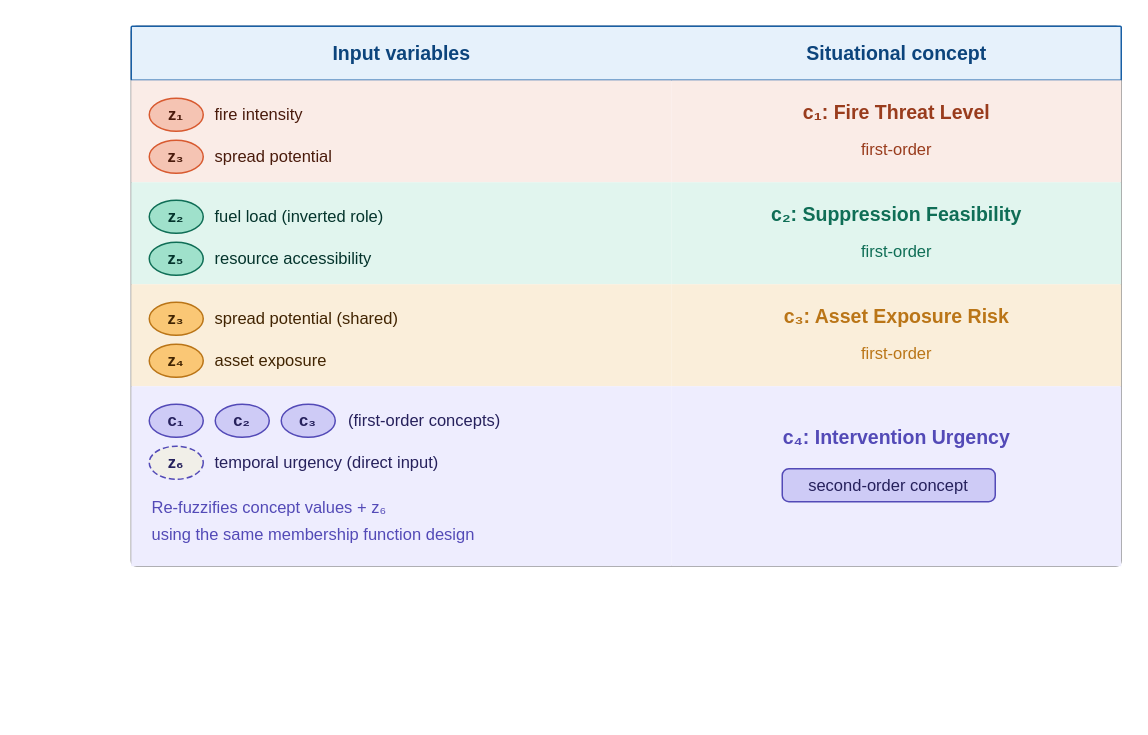
The draw.io diagram page "CH5_Figure 5.4 - Concept Formation Hierarchy" (10 of 14) of 01_Thesis/dissertation/BlockDiagram.drawio in northwind13/Enhanced_DSS, before the edit. Source tidied: cells renumbered, new cells numbered last; positions are measured from the earlier drawing's top-left corner, leaving out a move shared by most shapes. Both pictures are drawn from the tidied source at 150%, with x=0, y=0 at pixel (130, 26).
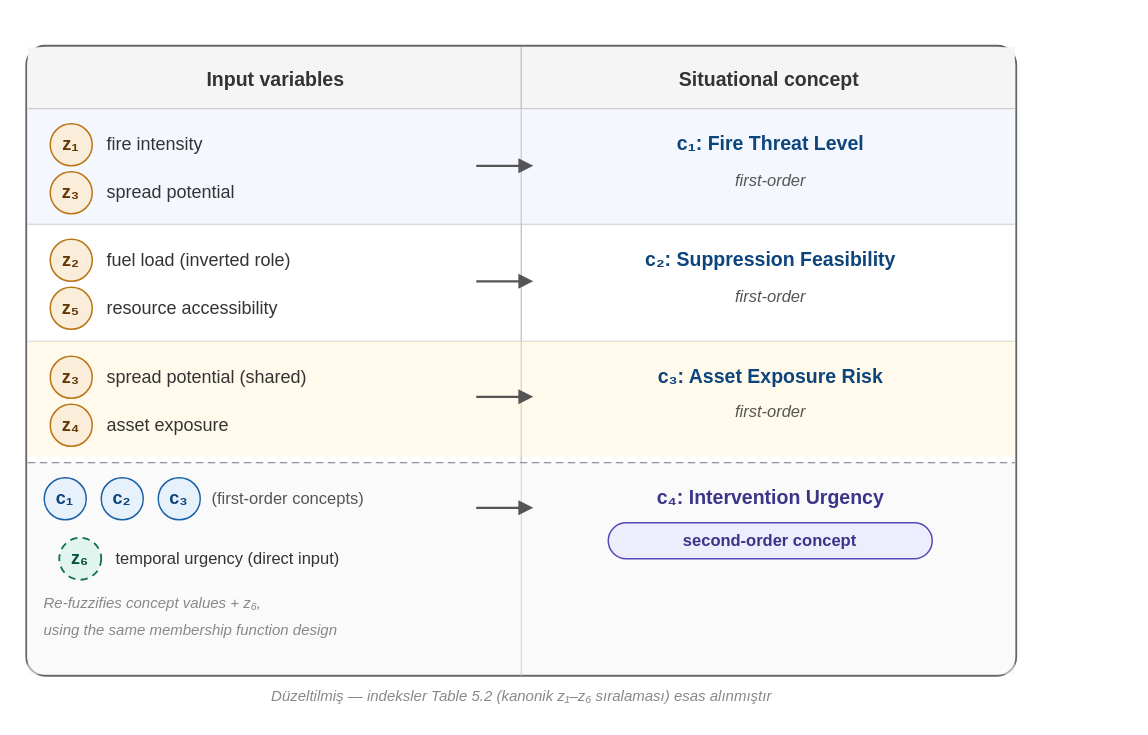
After the change.

The edit, as a diff of the source:
```diff
@@
-    <mxCell id="2" style="rounded=1;whiteSpace=wrap;html=1;fillColor=none;strokeColor=#999999;strokeWidth=1;arcSize=1;" parent="1" vertex="1">
-      <mxGeometry width="660" height="360" as="geometry" />
-    </mxCell>
-    <mxCell id="3" style="rounded=1;whiteSpace=wrap;html=1;fillColor=#E6F1FB;strokeColor=#185FA5;strokeWidth=1;arcSize=2;" parent="1" vertex="1">
-      <mxGeometry width="660" height="36" as="geometry" />
-    </mxCell>
+    <mxCell id="46" style="rounded=1;whiteSpace=wrap;html=1;fillColor=none;strokeColor=#666666;strokeWidth=1.2;arcSize=3;" parent="1" vertex="1">
+      <mxGeometry x="-70" y="13" width="660" height="420" as="geometry" />
+    </mxCell>
+    <mxCell id="47" style="rounded=1;whiteSpace=wrap;html=1;fillColor=#f5f5f5;strokeColor=none;arcSize=3;" parent="1" vertex="1">
+      <mxGeometry x="-69" y="14" width="658" height="41" as="geometry" />
+    </mxCell>
-    <mxCell id="4" value="&lt;b&gt;Input variables&lt;/b&gt;" style="text;html=1;align=center;verticalAlign=middle;strokeColor=none;fillColor=none;fontSize=13;fontColor=#0C447C;" parent="1" vertex="1">
-      <mxGeometry width="360" height="36" as="geometry" />
+    <mxCell id="4" value="Input variables" style="text;html=1;align=center;verticalAlign=middle;fontStyle=1;fontSize=13;fontColor=#333333;" parent="1" vertex="1">
+      <mxGeometry x="-69" y="14" width="329" height="41" as="geometry" />
     </mxCell>
-    <mxCell id="5" value="&lt;b&gt;Situational concept&lt;/b&gt;" style="text;html=1;align=center;verticalAlign=middle;strokeColor=none;fillColor=none;fontSize=13;fontColor=#0C447C;" parent="1" vertex="1">
-      <mxGeometry x="360" width="300" height="36" as="geometry" />
+    <mxCell id="5" value="Situational concept" style="text;html=1;align=center;verticalAlign=middle;fontStyle=1;fontSize=13;fontColor=#333333;" parent="1" vertex="1">
+      <mxGeometry x="260" y="14" width="329" height="41" as="geometry" />
     </mxCell>
-    <mxCell id="6" style="line;strokeColor=#cccccc;strokeWidth=1;fillColor=none;" parent="1" vertex="1">
-      <mxGeometry x="360" height="360" as="geometry" />
-    </mxCell>
-    <mxCell id="7" style="rounded=0;whiteSpace=wrap;html=1;fillColor=#FAECE7;strokeColor=none;" parent="1" vertex="1">
-      <mxGeometry y="36" width="360" height="68" as="geometry" />
-    </mxCell>
-    <mxCell id="8" style="rounded=0;whiteSpace=wrap;html=1;fillColor=#FAECE7;strokeColor=none;" parent="1" vertex="1">
-      <mxGeometry x="360" y="36" width="300" height="68" as="geometry" />
-    </mxCell>
+    <mxCell id="48" style="edgeStyle=none;html=1;endArrow=none;startArrow=none;strokeColor=#bbbbbb;strokeWidth=0.8;exitX=0.5;exitY=0;entryX=0.5;entryY=1;" parent="1" edge="1">
+      <mxGeometry relative="1" as="geometry">
+        <mxPoint x="260" y="14" as="sourcePoint" />
+        <mxPoint x="260" y="433" as="targetPoint" />
+      </mxGeometry>
+    </mxCell>
+    <mxCell id="49" style="edgeStyle=none;html=1;endArrow=none;startArrow=none;strokeColor=#bbbbbb;strokeWidth=0.8;" parent="1" edge="1">
+      <mxGeometry relative="1" as="geometry">
+        <mxPoint x="-69" y="55" as="sourcePoint" />
+        <mxPoint x="589" y="55" as="targetPoint" />
+      </mxGeometry>
+    </mxCell>
+    <mxCell id="50" style="rounded=0;whiteSpace=wrap;html=1;fillColor=#dae8fc;strokeColor=none;opacity=30;" parent="1" vertex="1">
+      <mxGeometry x="-69" y="55" width="658" height="77" as="geometry" />
+    </mxCell>
-    <mxCell id="9" value="z₁" style="ellipse;whiteSpace=wrap;html=1;fillColor=#F5C4B3;strokeColor=#D85A30;strokeWidth=1;fontSize=11;fontColor=#4A1B0C;fontStyle=1;" parent="1" vertex="1">
-      <mxGeometry x="12" y="48" width="36" height="22" as="geometry" />
+    <mxCell id="9" value="z₁" style="ellipse;whiteSpace=wrap;html=1;fillColor=#FAEEDA;strokeColor=#BA7517;fontSize=12;fontStyle=1;fontColor=#633806;" parent="1" vertex="1">
+      <mxGeometry x="-54" y="65" width="28" height="28" as="geometry" />
     </mxCell>
-    <mxCell id="10" value="fire intensity" style="text;html=1;align=left;verticalAlign=middle;strokeColor=none;fillColor=none;fontSize=11;fontColor=#4A1B0C;" parent="1" vertex="1">
-      <mxGeometry x="54" y="48" width="160" height="22" as="geometry" />
+    <mxCell id="10" value="fire intensity" style="text;html=1;align=left;verticalAlign=middle;fontSize=12;fontColor=#333333;" parent="1" vertex="1">
+      <mxGeometry x="-18" y="66" width="240" height="26" as="geometry" />
     </mxCell>
-    <mxCell id="11" value="z₃" style="ellipse;whiteSpace=wrap;html=1;fillColor=#F5C4B3;strokeColor=#D85A30;strokeWidth=1;fontSize=11;fontColor=#4A1B0C;fontStyle=1;" parent="1" vertex="1">
-      <mxGeometry x="12" y="76" width="36" height="22" as="geometry" />
-    </mxCell>
+    <mxCell id="51" value="z₃" style="ellipse;whiteSpace=wrap;html=1;fillColor=#FAEEDA;strokeColor=#BA7517;fontSize=12;fontStyle=1;fontColor=#633806;" parent="1" vertex="1">
+      <mxGeometry x="-54" y="97" width="28" height="28" as="geometry" />
+    </mxCell>
-    <mxCell id="12" value="spread potential" style="text;html=1;align=left;verticalAlign=middle;strokeColor=none;fillColor=none;fontSize=11;fontColor=#4A1B0C;" parent="1" vertex="1">
-      <mxGeometry x="54" y="76" width="160" height="22" as="geometry" />
+    <mxCell id="12" value="spread potential" style="text;html=1;align=left;verticalAlign=middle;fontSize=12;fontColor=#333333;" parent="1" vertex="1">
+      <mxGeometry x="-18" y="98" width="240" height="26" as="geometry" />
     </mxCell>
+    <mxCell id="52" style="edgeStyle=none;html=1;endArrow=block;endFill=1;strokeColor=#555555;strokeWidth=1.5;exitX=1;exitY=0.5;entryX=0;entryY=0.5;" parent="1" edge="1">
+      <mxGeometry relative="1" as="geometry">
+        <mxPoint x="230" y="93" as="sourcePoint" />
+        <mxPoint x="268" y="93" as="targetPoint" />
+      </mxGeometry>
+    </mxCell>
-    <mxCell id="13" value="&lt;b&gt;c₁: Fire Threat Level&lt;/b&gt;" style="text;html=1;align=center;verticalAlign=middle;strokeColor=none;fillColor=none;fontSize=13;fontColor=#993C1D;" parent="1" vertex="1">
-      <mxGeometry x="360" y="45" width="300" height="24" as="geometry" />
+    <mxCell id="13" value="c₁: Fire Threat Level" style="text;html=1;align=center;verticalAlign=middle;fontStyle=1;fontSize=13;fontColor=#0C447C;" parent="1" vertex="1">
+      <mxGeometry x="268" y="65" width="315" height="26" as="geometry" />
     </mxCell>
-    <mxCell id="14" value="first-order" style="text;html=1;align=center;verticalAlign=middle;strokeColor=none;fillColor=none;fontSize=11;fontColor=#993C1D;" parent="1" vertex="1">
-      <mxGeometry x="360" y="72" width="300" height="20" as="geometry" />
-    </mxCell>
-    <mxCell id="15" style="line;strokeColor=#dddddd;strokeWidth=1;fillColor=none;" parent="1" vertex="1">
-      <mxGeometry y="104" width="660" as="geometry" />
-    </mxCell>
-    <mxCell id="16" style="rounded=0;whiteSpace=wrap;html=1;fillColor=#E1F5EE;strokeColor=none;" parent="1" vertex="1">
-      <mxGeometry y="104" width="360" height="68" as="geometry" />
-    </mxCell>
-    <mxCell id="17" style="rounded=0;whiteSpace=wrap;html=1;fillColor=#E1F5EE;strokeColor=none;" parent="1" vertex="1">
-      <mxGeometry x="360" y="104" width="300" height="68" as="geometry" />
-    </mxCell>
+    <mxCell id="53" value="first-order" style="text;html=1;align=center;verticalAlign=middle;fontSize=11;fontColor=#555555;fontStyle=2;" parent="1" vertex="1">
+      <mxGeometry x="268" y="93" width="315" height="20" as="geometry" />
+    </mxCell>
+    <mxCell id="54" style="edgeStyle=none;html=1;endArrow=none;strokeColor=#bbbbbb;strokeWidth=0.5;" parent="1" edge="1">
+      <mxGeometry relative="1" as="geometry">
+        <mxPoint x="-69" y="132" as="sourcePoint" />
+        <mxPoint x="589" y="132" as="targetPoint" />
+      </mxGeometry>
+    </mxCell>
-    <mxCell id="18" value="z₂" style="ellipse;whiteSpace=wrap;html=1;fillColor=#9FE1CB;strokeColor=#0F6E56;strokeWidth=1;fontSize=11;fontColor=#04342C;fontStyle=1;" parent="1" vertex="1">
-      <mxGeometry x="12" y="116" width="36" height="22" as="geometry" />
+    <mxCell id="18" value="z₂" style="ellipse;whiteSpace=wrap;html=1;fillColor=#FAEEDA;strokeColor=#BA7517;fontSize=12;fontStyle=1;fontColor=#633806;" parent="1" vertex="1">
+      <mxGeometry x="-54" y="142" width="28" height="28" as="geometry" />
     </mxCell>
-    <mxCell id="19" value="fuel load (inverted role)" style="text;html=1;align=left;verticalAlign=middle;strokeColor=none;fillColor=none;fontSize=11;fontColor=#04342C;" parent="1" vertex="1">
-      <mxGeometry x="54" y="116" width="200" height="22" as="geometry" />
+    <mxCell id="19" value="fuel load (inverted role)" style="text;html=1;align=left;verticalAlign=middle;fontSize=12;fontColor=#333333;" parent="1" vertex="1">
+      <mxGeometry x="-18" y="143" width="250" height="26" as="geometry" />
     </mxCell>
-    <mxCell id="20" value="z₅" style="ellipse;whiteSpace=wrap;html=1;fillColor=#9FE1CB;strokeColor=#0F6E56;strokeWidth=1;fontSize=11;fontColor=#04342C;fontStyle=1;" parent="1" vertex="1">
-      <mxGeometry x="12" y="144" width="36" height="22" as="geometry" />
+    <mxCell id="20" value="z₅" style="ellipse;whiteSpace=wrap;html=1;fillColor=#FAEEDA;strokeColor=#BA7517;fontSize=12;fontStyle=1;fontColor=#633806;" parent="1" vertex="1">
+      <mxGeometry x="-54" y="174" width="28" height="28" as="geometry" />
     </mxCell>
-    <mxCell id="21" value="resource accessibility" style="text;html=1;align=left;verticalAlign=middle;strokeColor=none;fillColor=none;fontSize=11;fontColor=#04342C;" parent="1" vertex="1">
-      <mxGeometry x="54" y="144" width="200" height="22" as="geometry" />
+    <mxCell id="21" value="resource accessibility" style="text;html=1;align=left;verticalAlign=middle;fontSize=12;fontColor=#333333;" parent="1" vertex="1">
+      <mxGeometry x="-18" y="175" width="240" height="26" as="geometry" />
     </mxCell>
+    <mxCell id="55" style="edgeStyle=none;html=1;endArrow=block;endFill=1;strokeColor=#555555;strokeWidth=1.5;" parent="1" edge="1">
+      <mxGeometry relative="1" as="geometry">
+        <mxPoint x="230" y="170" as="sourcePoint" />
+        <mxPoint x="268" y="170" as="targetPoint" />
+      </mxGeometry>
+    </mxCell>
-    <mxCell id="22" value="&lt;b&gt;c₂: Suppression Feasibility&lt;/b&gt;" style="text;html=1;align=center;verticalAlign=middle;strokeColor=none;fillColor=none;fontSize=13;fontColor=#0F6E56;" parent="1" vertex="1">
-      <mxGeometry x="360" y="113" width="300" height="24" as="geometry" />
+    <mxCell id="22" value="c₂: Suppression Feasibility" style="text;html=1;align=center;verticalAlign=middle;fontStyle=1;fontSize=13;fontColor=#0C447C;" parent="1" vertex="1">
+      <mxGeometry x="268" y="142" width="315" height="26" as="geometry" />
     </mxCell>
-    <mxCell id="23" value="first-order" style="text;html=1;align=center;verticalAlign=middle;strokeColor=none;fillColor=none;fontSize=11;fontColor=#0F6E56;" parent="1" vertex="1">
-      <mxGeometry x="360" y="140" width="300" height="20" as="geometry" />
-    </mxCell>
-    <mxCell id="24" style="line;strokeColor=#dddddd;strokeWidth=1;fillColor=none;" parent="1" vertex="1">
-      <mxGeometry y="172" width="660" as="geometry" />
-    </mxCell>
-    <mxCell id="25" style="rounded=0;whiteSpace=wrap;html=1;fillColor=#FAEEDA;strokeColor=none;" parent="1" vertex="1">
-      <mxGeometry y="172" width="360" height="68" as="geometry" />
-    </mxCell>
-    <mxCell id="26" style="rounded=0;whiteSpace=wrap;html=1;fillColor=#FAEEDA;strokeColor=none;" parent="1" vertex="1">
-      <mxGeometry x="360" y="172" width="300" height="68" as="geometry" />
-    </mxCell>
-    <mxCell id="27" value="z₃" style="ellipse;whiteSpace=wrap;html=1;fillColor=#FAC775;strokeColor=#BA7517;strokeWidth=1;fontSize=11;fontColor=#412402;fontStyle=1;" parent="1" vertex="1">
-      <mxGeometry x="12" y="184" width="36" height="22" as="geometry" />
-    </mxCell>
+    <mxCell id="56" value="first-order" style="text;html=1;align=center;verticalAlign=middle;fontSize=11;fontColor=#555555;fontStyle=2;" parent="1" vertex="1">
+      <mxGeometry x="268" y="170" width="315" height="20" as="geometry" />
+    </mxCell>
+    <mxCell id="57" style="edgeStyle=none;html=1;endArrow=none;strokeColor=#bbbbbb;strokeWidth=0.5;" parent="1" edge="1">
+      <mxGeometry relative="1" as="geometry">
+        <mxPoint x="-69" y="210" as="sourcePoint" />
+        <mxPoint x="589" y="210" as="targetPoint" />
+      </mxGeometry>
+    </mxCell>
+    <mxCell id="58" style="rounded=0;whiteSpace=wrap;html=1;fillColor=#fff2cc;strokeColor=none;opacity=40;" parent="1" vertex="1">
+      <mxGeometry x="-69" y="210" width="658" height="77" as="geometry" />
+    </mxCell>
+    <mxCell id="59" value="z₃" style="ellipse;whiteSpace=wrap;html=1;fillColor=#FAEEDA;strokeColor=#BA7517;fontSize=12;fontStyle=1;fontColor=#633806;" parent="1" vertex="1">
+      <mxGeometry x="-54" y="220" width="28" height="28" as="geometry" />
+    </mxCell>
-    <mxCell id="28" value="spread potential (shared)" style="text;html=1;align=left;verticalAlign=middle;strokeColor=none;fillColor=none;fontSize=11;fontColor=#412402;" parent="1" vertex="1">
-      <mxGeometry x="54" y="184" width="200" height="22" as="geometry" />
+    <mxCell id="28" value="spread potential (shared)" style="text;html=1;align=left;verticalAlign=middle;fontSize=12;fontColor=#333333;" parent="1" vertex="1">
+      <mxGeometry x="-18" y="221" width="250" height="26" as="geometry" />
     </mxCell>
-    <mxCell id="29" value="z₄" style="ellipse;whiteSpace=wrap;html=1;fillColor=#FAC775;strokeColor=#BA7517;strokeWidth=1;fontSize=11;fontColor=#412402;fontStyle=1;" parent="1" vertex="1">
-      <mxGeometry x="12" y="212" width="36" height="22" as="geometry" />
+    <mxCell id="29" value="z₄" style="ellipse;whiteSpace=wrap;html=1;fillColor=#FAEEDA;strokeColor=#BA7517;fontSize=12;fontStyle=1;fontColor=#633806;" parent="1" vertex="1">
+      <mxGeometry x="-54" y="252" width="28" height="28" as="geometry" />
     </mxCell>
-    <mxCell id="30" value="asset exposure" style="text;html=1;align=left;verticalAlign=middle;strokeColor=none;fillColor=none;fontSize=11;fontColor=#412402;" parent="1" vertex="1">
-      <mxGeometry x="54" y="212" width="200" height="22" as="geometry" />
+    <mxCell id="30" value="asset exposure" style="text;html=1;align=left;verticalAlign=middle;fontSize=12;fontColor=#333333;" parent="1" vertex="1">
+      <mxGeometry x="-18" y="253" width="240" height="26" as="geometry" />
     </mxCell>
+    <mxCell id="60" style="edgeStyle=none;html=1;endArrow=block;endFill=1;strokeColor=#555555;strokeWidth=1.5;" parent="1" edge="1">
+      <mxGeometry relative="1" as="geometry">
+        <mxPoint x="230" y="247" as="sourcePoint" />
+        <mxPoint x="268" y="247" as="targetPoint" />
+      </mxGeometry>
+    </mxCell>
-    <mxCell id="31" value="&lt;b&gt;c₃: Asset Exposure Risk&lt;/b&gt;" style="text;html=1;align=center;verticalAlign=middle;strokeColor=none;fillColor=none;fontSize=13;fontColor=#BA7517;" parent="1" vertex="1">
-      <mxGeometry x="360" y="181" width="300" height="24" as="geometry" />
+    <mxCell id="31" value="c₃: Asset Exposure Risk" style="text;html=1;align=center;verticalAlign=middle;fontStyle=1;fontSize=13;fontColor=#0C447C;" parent="1" vertex="1">
+      <mxGeometry x="268" y="220" width="315" height="26" as="geometry" />
     </mxCell>
-    <mxCell id="32" value="first-order" style="text;html=1;align=center;verticalAlign=middle;strokeColor=none;fillColor=none;fontSize=11;fontColor=#BA7517;" parent="1" vertex="1">
-      <mxGeometry x="360" y="208" width="300" height="20" as="geometry" />
-    </mxCell>
-    <mxCell id="33" style="line;strokeColor=#dddddd;strokeWidth=1;fillColor=none;" parent="1" vertex="1">
-      <mxGeometry y="240" width="660" as="geometry" />
-    </mxCell>
-    <mxCell id="34" style="rounded=0;whiteSpace=wrap;html=1;fillColor=#EEEDFE;strokeColor=none;" parent="1" vertex="1">
-      <mxGeometry y="240" width="360" height="120" as="geometry" />
-    </mxCell>
-    <mxCell id="35" style="rounded=0;whiteSpace=wrap;html=1;fillColor=#EEEDFE;strokeColor=none;" parent="1" vertex="1">
-      <mxGeometry x="360" y="240" width="300" height="120" as="geometry" />
-    </mxCell>
+    <mxCell id="61" value="first-order" style="text;html=1;align=center;verticalAlign=middle;fontSize=11;fontColor=#555555;fontStyle=2;" parent="1" vertex="1">
+      <mxGeometry x="268" y="247" width="315" height="20" as="geometry" />
+    </mxCell>
+    <mxCell id="62" style="edgeStyle=none;html=1;endArrow=none;strokeColor=#888888;strokeWidth=1;dashed=1;dashPattern=5 3;" parent="1" edge="1">
+      <mxGeometry relative="1" as="geometry">
+        <mxPoint x="-69" y="291" as="sourcePoint" />
+        <mxPoint x="589" y="291" as="targetPoint" />
+      </mxGeometry>
+    </mxCell>
+    <mxCell id="63" style="rounded=0;whiteSpace=wrap;html=1;fillColor=#f5f5f5;strokeColor=none;opacity=50;" parent="1" vertex="1">
+      <mxGeometry x="-69" y="291" width="658" height="141" as="geometry" />
+    </mxCell>
-    <mxCell id="36" value="c₁" style="ellipse;whiteSpace=wrap;html=1;fillColor=#CECBF6;strokeColor=#534AB7;strokeWidth=1;fontSize=11;fontColor=#26215C;fontStyle=1;" parent="1" vertex="1">
-      <mxGeometry x="12" y="252" width="36" height="22" as="geometry" />
+    <mxCell id="36" value="c₁" style="ellipse;whiteSpace=wrap;html=1;fillColor=#E6F1FB;strokeColor=#185FA5;fontSize=12;fontStyle=1;fontColor=#0C447C;" parent="1" vertex="1">
+      <mxGeometry x="-58" y="301" width="28" height="28" as="geometry" />
     </mxCell>
-    <mxCell id="37" value="c₂" style="ellipse;whiteSpace=wrap;html=1;fillColor=#CECBF6;strokeColor=#534AB7;strokeWidth=1;fontSize=11;fontColor=#26215C;fontStyle=1;" parent="1" vertex="1">
-      <mxGeometry x="56" y="252" width="36" height="22" as="geometry" />
+    <mxCell id="37" value="c₂" style="ellipse;whiteSpace=wrap;html=1;fillColor=#E6F1FB;strokeColor=#185FA5;fontSize=12;fontStyle=1;fontColor=#0C447C;" parent="1" vertex="1">
+      <mxGeometry x="-20" y="301" width="28" height="28" as="geometry" />
     </mxCell>
-    <mxCell id="38" value="c₃" style="ellipse;whiteSpace=wrap;html=1;fillColor=#CECBF6;strokeColor=#534AB7;strokeWidth=1;fontSize=11;fontColor=#26215C;fontStyle=1;" parent="1" vertex="1">
-      <mxGeometry x="100" y="252" width="36" height="22" as="geometry" />
+    <mxCell id="38" value="c₃" style="ellipse;whiteSpace=wrap;html=1;fillColor=#E6F1FB;strokeColor=#185FA5;fontSize=12;fontStyle=1;fontColor=#0C447C;" parent="1" vertex="1">
+      <mxGeometry x="18" y="301" width="28" height="28" as="geometry" />
     </mxCell>
-    <mxCell id="39" value="(first-order concepts)" style="text;html=1;align=left;verticalAlign=middle;strokeColor=none;fillColor=none;fontSize=11;fontColor=#26215C;" parent="1" vertex="1">
-      <mxGeometry x="143" y="252" width="190" height="22" as="geometry" />
+    <mxCell id="39" value="(first-order concepts)" style="text;html=1;align=left;verticalAlign=middle;fontSize=11;fontColor=#555555;" parent="1" vertex="1">
+      <mxGeometry x="52" y="303" width="175" height="24" as="geometry" />
     </mxCell>
-    <mxCell id="40" value="z₆" style="ellipse;whiteSpace=wrap;html=1;fillColor=#F1EFE8;strokeColor=#534AB7;strokeWidth=1;dashed=1;dashPattern=4 2;fontSize=11;fontColor=#26215C;fontStyle=1;" parent="1" vertex="1">
-      <mxGeometry x="12" y="280" width="36" height="22" as="geometry" />
+    <mxCell id="40" value="z₆" style="ellipse;whiteSpace=wrap;html=1;fillColor=#E1F5EE;strokeColor=#0F6E56;strokeWidth=1.2;dashed=1;dashPattern=4 3;fontSize=12;fontStyle=1;fontColor=#085041;" parent="1" vertex="1">
+      <mxGeometry x="-48" y="341" width="28" height="28" as="geometry" />
     </mxCell>
-    <mxCell id="41" value="temporal urgency (direct input)" style="text;html=1;align=left;verticalAlign=middle;strokeColor=none;fillColor=none;fontSize=11;fontColor=#26215C;" parent="1" vertex="1">
-      <mxGeometry x="54" y="280" width="240" height="22" as="geometry" />
+    <mxCell id="41" value="temporal urgency (direct input)" style="text;html=1;align=left;verticalAlign=middle;fontSize=11;fontColor=#333333;" parent="1" vertex="1">
+      <mxGeometry x="-12" y="343" width="250" height="24" as="geometry" />
     </mxCell>
-    <mxCell id="42" value="Re-fuzzifies concept values + z₆" style="text;html=1;align=left;verticalAlign=middle;strokeColor=none;fillColor=none;fontSize=11;fontColor=#534AB7;" parent="1" vertex="1">
-      <mxGeometry x="12" y="312" width="300" height="18" as="geometry" />
-    </mxCell>
+    <mxCell id="64" value="Re-fuzzifies concept values + z₆," style="text;html=1;align=left;verticalAlign=middle;fontSize=10;fontColor=#888888;fontStyle=2;" parent="1" vertex="1">
+      <mxGeometry x="-60" y="375" width="300" height="18" as="geometry" />
+    </mxCell>
-    <mxCell id="43" value="using the same membership function design" style="text;html=1;align=left;verticalAlign=middle;strokeColor=none;fillColor=none;fontSize=11;fontColor=#534AB7;" parent="1" vertex="1">
-      <mxGeometry x="12" y="330" width="320" height="18" as="geometry" />
+    <mxCell id="43" value="using the same membership function design" style="text;html=1;align=left;verticalAlign=middle;fontSize=10;fontColor=#888888;fontStyle=2;" parent="1" vertex="1">
+      <mxGeometry x="-60" y="393" width="310" height="18" as="geometry" />
     </mxCell>
+    <mxCell id="65" style="edgeStyle=none;html=1;endArrow=block;endFill=1;strokeColor=#555555;strokeWidth=1.5;" parent="1" edge="1">
+      <mxGeometry relative="1" as="geometry">
+        <mxPoint x="230" y="321" as="sourcePoint" />
+        <mxPoint x="268" y="321" as="targetPoint" />
+      </mxGeometry>
+    </mxCell>
-    <mxCell id="44" value="&lt;b&gt;c₄: Intervention Urgency&lt;/b&gt;" style="text;html=1;align=center;verticalAlign=middle;strokeColor=none;fillColor=none;fontSize=13;fontColor=#534AB7;" parent="1" vertex="1">
-      <mxGeometry x="360" y="262" width="300" height="24" as="geometry" />
+    <mxCell id="44" value="c₄: Intervention Urgency" style="text;html=1;align=center;verticalAlign=middle;fontStyle=1;fontSize=13;fontColor=#3C3489;" parent="1" vertex="1">
+      <mxGeometry x="268" y="301" width="315" height="26" as="geometry" />
     </mxCell>
-    <mxCell id="45" value="second-order concept" style="rounded=1;whiteSpace=wrap;html=1;fillColor=#CECBF6;strokeColor=#534AB7;strokeWidth=1;fontSize=11;fontColor=#26215C;arcSize=20;" parent="1" vertex="1">
-      <mxGeometry x="434" y="295" width="142" height="22" as="geometry" />
+    <mxCell id="45" value="second-order concept" style="rounded=1;whiteSpace=wrap;html=1;fillColor=#EEEDFE;strokeColor=#534AB7;arcSize=50;fontSize=11;fontColor=#3C3489;fontStyle=1;" parent="1" vertex="1">
+      <mxGeometry x="318" y="331" width="216" height="24" as="geometry" />
     </mxCell>
+    <mxCell id="66" value="Düzeltilmiş — indeksler Table 5.2 (kanonik z₁–z₆ sıralaması) esas alınmıştır" style="text;html=1;align=center;verticalAlign=middle;fontSize=10;fontColor=#888888;fontStyle=2;" parent="1" vertex="1">
+      <mxGeometry x="-70" y="437" width="660" height="18" as="geometry" />
+    </mxCell>
```
